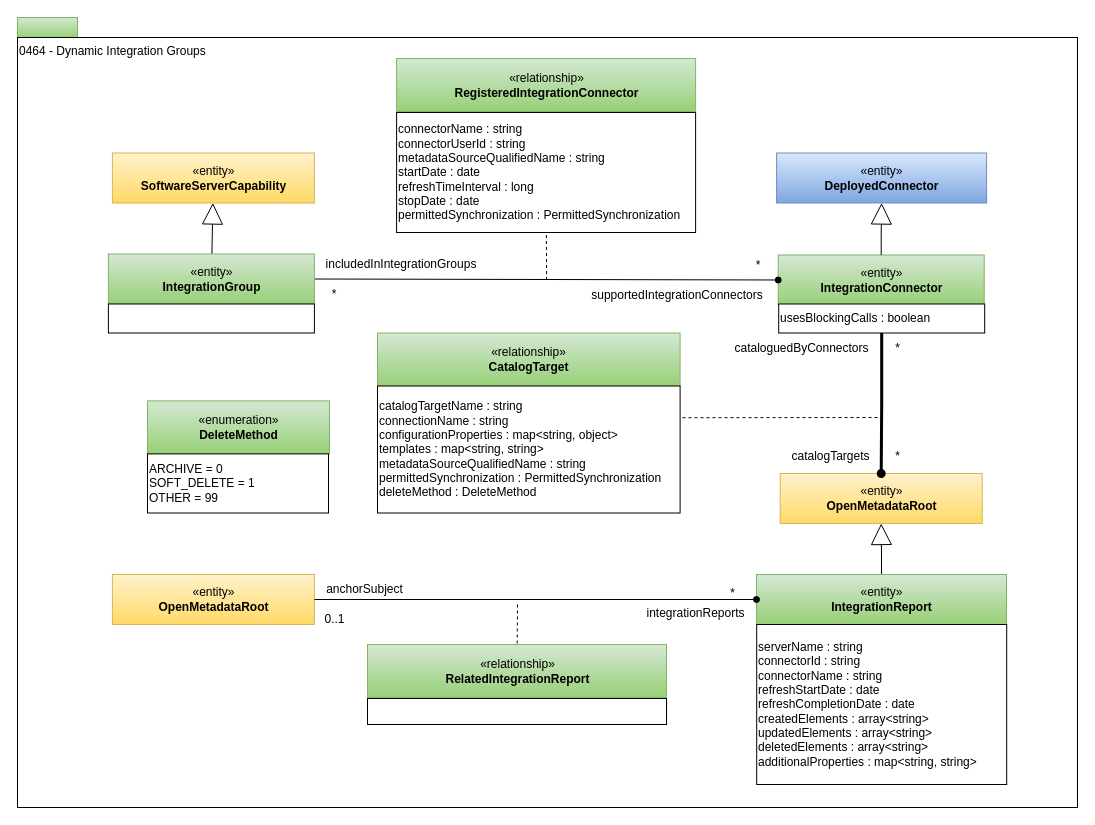
Earlier version of the draw.io diagram page "0464-Dynamic-Integration-Groups" (24 of 32) of site/docs/types/4/area-4-governance.drawio (odpi/egeria-docs). Source tidied: cells renumbered, new cells numbered last; positions are measured from the earlier drawing's top-left corner, leaving out a move shared by most shapes. Both pictures are drawn from the tidied source at 100%, with x=0, y=0 at pixel (17, 17).
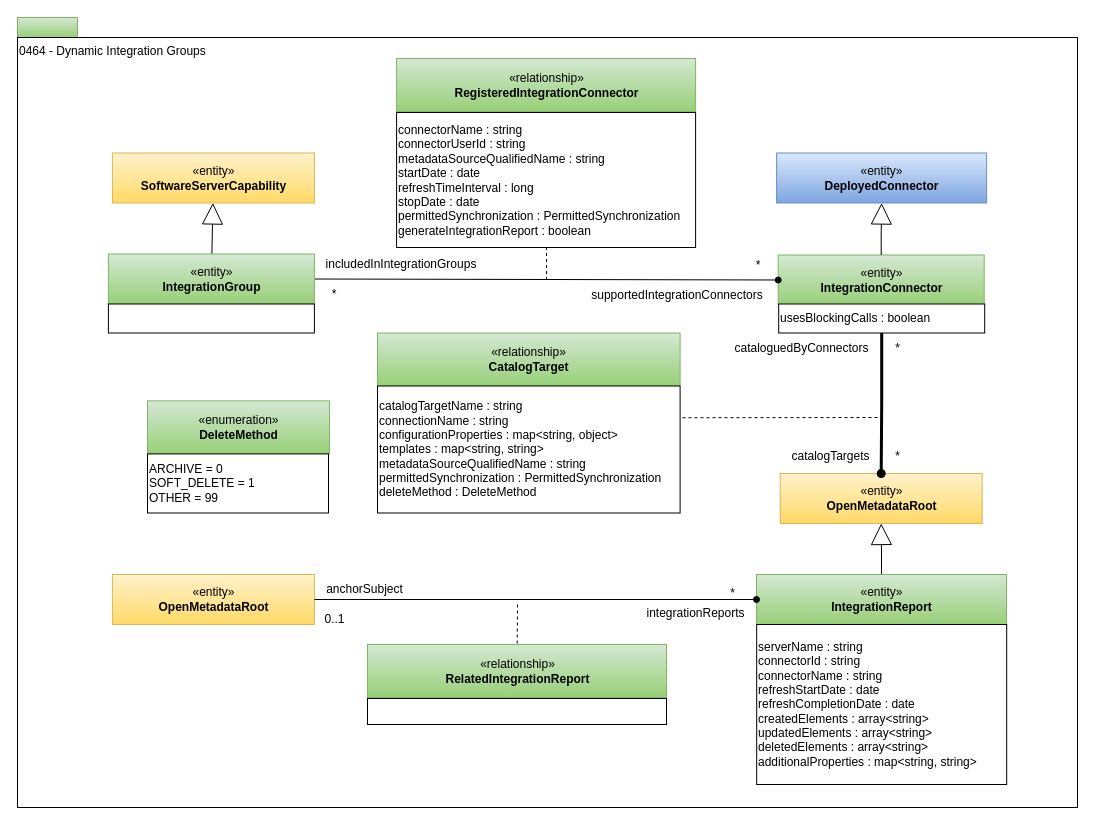
After the change.

Change to the diagram source:
```diff
@@
-    <mxCell id="11" value="connectorName : string&lt;br&gt;connectorUserId : string&lt;br&gt;metadataSourceQualifiedName : string&lt;br&gt;startDate : date&lt;br&gt;refreshTimeInterval : long&lt;br&gt;stopDate : date&lt;br&gt;permittedSynchronization : PermittedSynchronization" style="rounded=0;whiteSpace=wrap;html=1;strokeColor=#000000;align=left;fillColor=#ffffff;" parent="1" vertex="1">
-      <mxGeometry x="379.1" y="95" width="299" height="120" as="geometry" />
+    <mxCell id="11" value="connectorName : string&lt;br&gt;connectorUserId : string&lt;br&gt;metadataSourceQualifiedName : string&lt;br&gt;startDate : date&lt;br&gt;refreshTimeInterval : long&lt;br&gt;stopDate : date&lt;br&gt;permittedSynchronization : PermittedSynchronization&lt;div&gt;generateIntegrationReport : boolean&lt;/div&gt;" style="rounded=0;whiteSpace=wrap;html=1;strokeColor=#000000;align=left;fillColor=#ffffff;" parent="1" vertex="1">
+      <mxGeometry x="379.1" y="95" width="299" height="135" as="geometry" />
     </mxCell>
```
